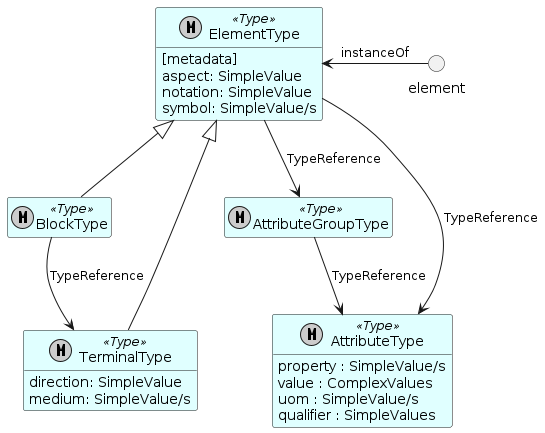
Above: out/img/imf-overview-type-patterns.png in imf-lab/imf-ontology-semweb (PlantUML), before the change.
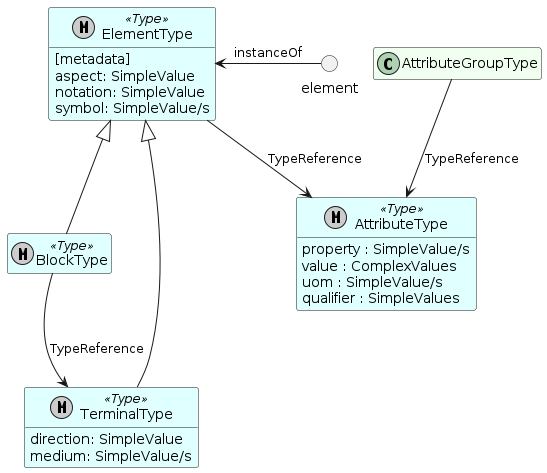
Above is the later version.

Diff of the diagram source:
```diff
@@ -25,10 +25,6 @@
   medium: SimpleValue/s
 }
 
-metaclass AttributeGroupType << Type >>  {
-
-}
-
 metaclass AttributeType << Type >>  {
   property : SimpleValue/s
   value : ComplexValues
@@ -39,7 +35,6 @@
 ElementType <|-- BlockType
 ElementType <|-- TerminalType
 
-ElementType --> AttributeGroupType : TypeReference
 ElementType --> AttributeType : TypeReference
 BlockType --> TerminalType : TypeReference
 AttributeGroupType --> AttributeType : TypeReference
```
